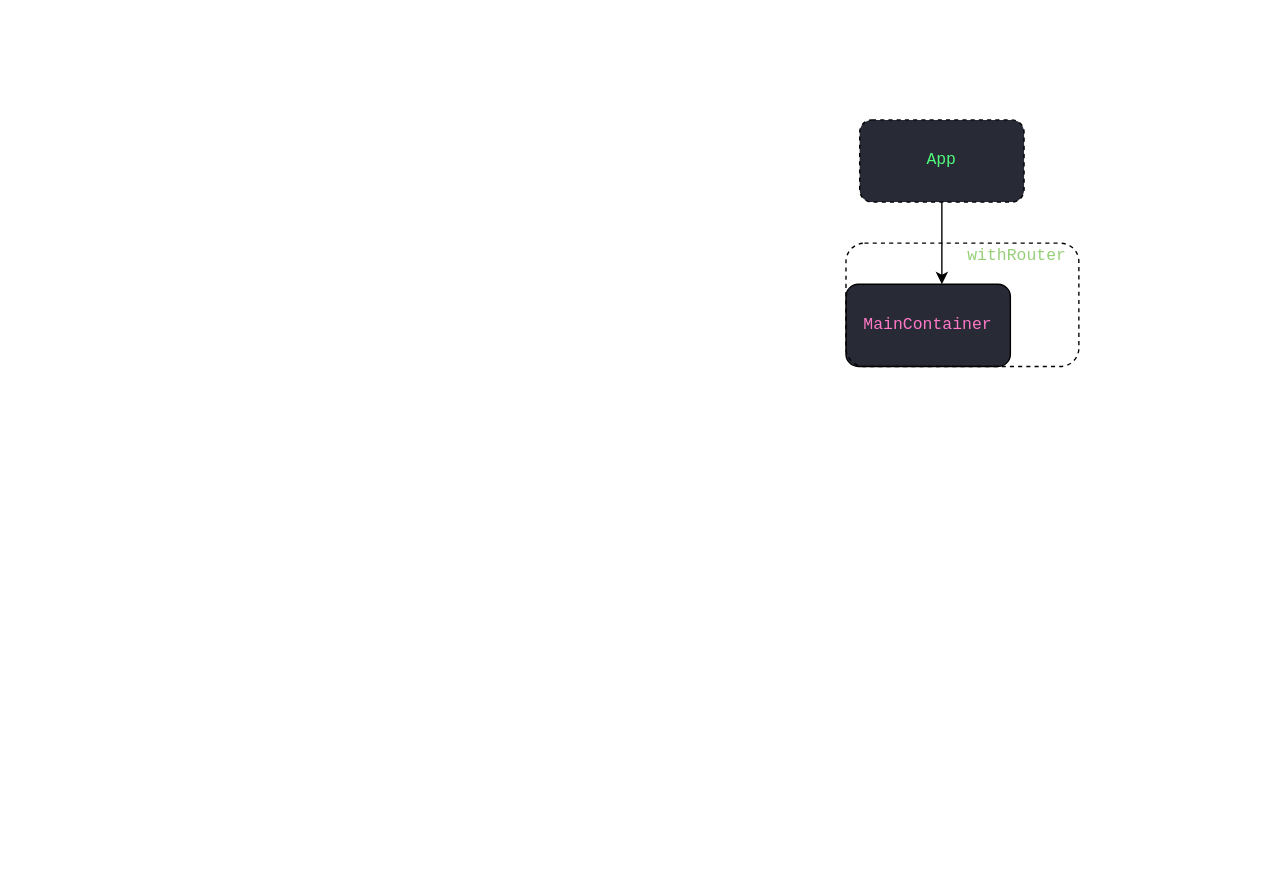
The draw.io diagram diagrams/verity.drawio in TimSeryakov/draw.io-diagrams, before the edit. Source tidied: cells renumbered, new cells numbered last; positions are measured from the earlier drawing's top-left corner, leaving out a move shared by most shapes. Both pictures are drawn from the tidied source at 137%, with x=0, y=0 at pixel (845, 119).
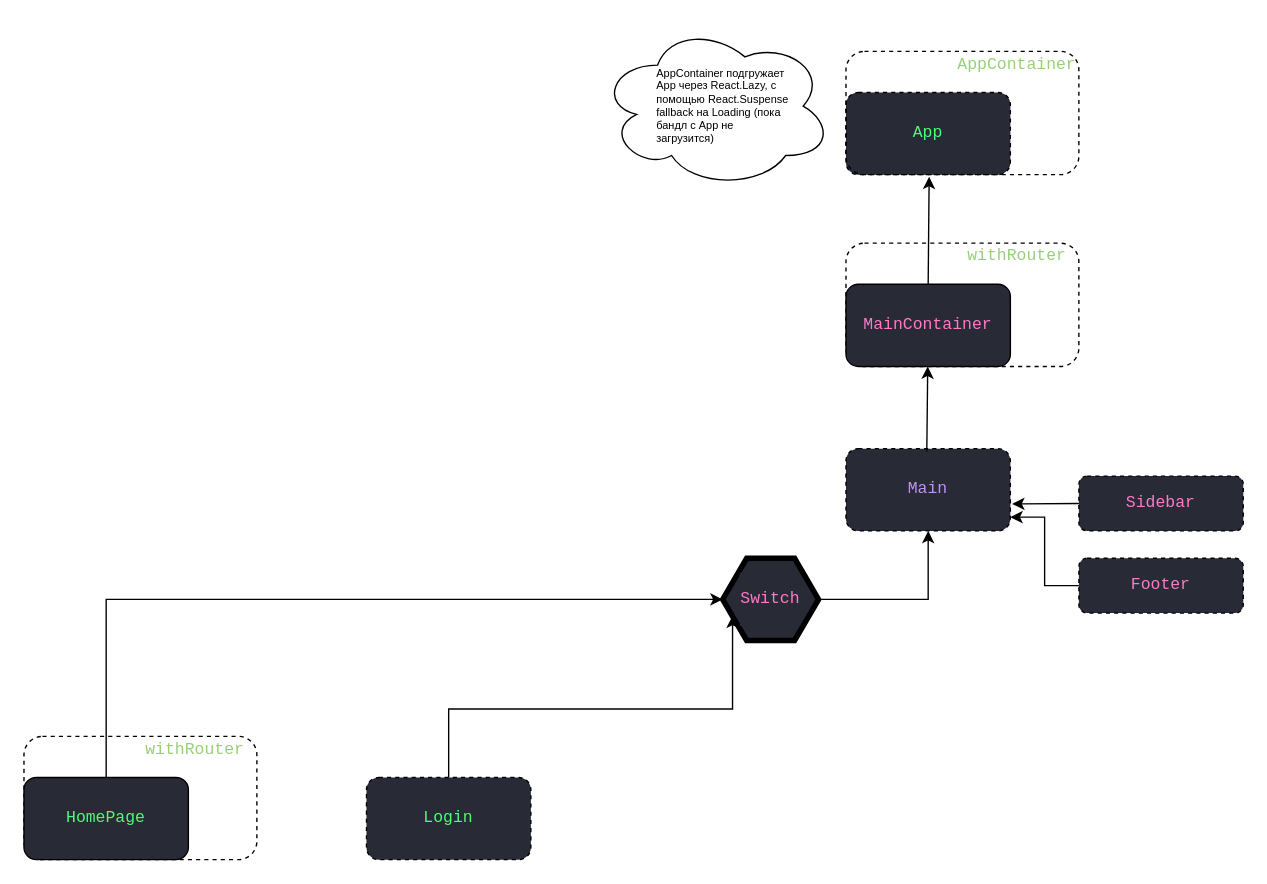
The same page after the edit.

Unchanged cells that the change refers to:
```xml
<mxCell id="2" value="&lt;pre style=&quot;background-color: #282a36 ; color: #f8f8f2 ; font-family: &amp;#34;jetbrains mono&amp;#34; , monospace ; font-size: 12 0pt&quot;&gt;&lt;span style=&quot;color: #ff79c6&quot;&gt;MainContainer&lt;/span&gt;&lt;/pre&gt;" style="rounded=1;whiteSpace=wrap;html=1;fillColor=#282A36;" parent="1" vertex="1">
  <mxGeometry y="120" width="120" height="60" as="geometry" />
</mxCell>
```

What changed in the source:
```diff
@@
+    <mxCell id="3" style="rounded=1;whiteSpace=wrap;html=1;fillColor=none;dashed=1;" parent="1" vertex="1">
+      <mxGeometry y="90" width="170" height="90" as="geometry" />
+    </mxCell>
@@
-    <mxCell id="3" style="rounded=1;whiteSpace=wrap;html=1;fillColor=none;dashed=1;" parent="1" vertex="1">
-      <mxGeometry y="90" width="170" height="90" as="geometry" />
-    </mxCell>
@@
     <mxCell id="5" value="&lt;pre style=&quot;color: rgb(248, 248, 242); font-family: &amp;quot;jetbrains mono&amp;quot;, monospace;&quot;&gt;&lt;span style=&quot;color: #50fa7b&quot;&gt;App&lt;/span&gt;&lt;/pre&gt;" style="rounded=1;whiteSpace=wrap;html=1;dashed=1;labelBackgroundColor=#282A36;fontColor=#97D077;labelBorderColor=none;fillColor=#282A36;" parent="1" vertex="1">
-      <mxGeometry x="10" width="120" height="60" as="geometry" />
+      <mxGeometry y="-20" width="120" height="60" as="geometry" />
     </mxCell>
-    <mxCell id="6" style="endArrow=classic;html=1;fontColor=#97D077;exitX=0.5;exitY=1;exitDx=0;exitDy=0;" parent="1" edge="1" source="5">
-      <mxGeometry relative="1" as="geometry">
-        <mxPoint x="70" y="120" as="targetPoint" />
-      </mxGeometry>
-    </mxCell>
+    <mxCell id="7" value="&lt;pre style=&quot;color: rgb(248 , 248 , 242) ; font-family: &amp;#34;jetbrains mono&amp;#34; , monospace&quot;&gt;&lt;span style=&quot;color: #bd93f9&quot;&gt;Main&lt;/span&gt;&lt;/pre&gt;" style="rounded=1;whiteSpace=wrap;html=1;dashed=1;labelBackgroundColor=#282A36;fillColor=#282A36;fontColor=#97D077;" parent="1" vertex="1">
+      <mxGeometry y="240" width="120" height="60" as="geometry" />
+    </mxCell>
+    <mxCell id="8" style="endArrow=classic;html=1;fontColor=#97D077;entryX=0.506;entryY=1.025;entryDx=0;entryDy=0;entryPerimeter=0;exitX=0.5;exitY=0;exitDx=0;exitDy=0;" parent="1" edge="1" source="2" target="5">
+      <mxGeometry relative="1" as="geometry" />
+    </mxCell>
+    <mxCell id="9" style="endArrow=classic;html=1;fontColor=#97D077;" parent="1" edge="1" target="2">
+      <mxGeometry relative="1" as="geometry">
+        <mxPoint x="59" y="242" as="sourcePoint" />
+      </mxGeometry>
+    </mxCell>
+    <mxCell id="10" value="&lt;pre style=&quot;color: rgb(248 , 248 , 242) ; font-family: &amp;#34;jetbrains mono&amp;#34; , monospace&quot;&gt;&lt;pre style=&quot;font-family: &amp;#34;jetbrains mono&amp;#34; , monospace&quot;&gt;&lt;span style=&quot;color: #ff79c6&quot;&gt;Sidebar&lt;/span&gt;&lt;/pre&gt;&lt;/pre&gt;" style="rounded=1;whiteSpace=wrap;html=1;dashed=1;labelBackgroundColor=#282A36;fillColor=#282A36;fontColor=#97D077;" parent="1" vertex="1">
+      <mxGeometry x="170" y="260" width="120" height="40" as="geometry" />
+    </mxCell>
+    <mxCell id="11" style="endArrow=classic;html=1;fontColor=#97D077;entryX=1.011;entryY=0.672;entryDx=0;entryDy=0;entryPerimeter=0;exitX=0;exitY=0.5;exitDx=0;exitDy=0;" parent="1" edge="1" source="10" target="7">
+      <mxGeometry relative="1" as="geometry" />
+    </mxCell>
+    <mxCell id="12" style="edgeStyle=orthogonalEdgeStyle;rounded=0;jettySize=auto;html=1;exitX=1;exitY=0.5;exitDx=0;exitDy=0;entryX=0.5;entryY=1;entryDx=0;entryDy=0;fontSize=8;fontColor=#000000;" parent="1" edge="1" source="13" target="7">
+      <mxGeometry relative="1" as="geometry" />
+    </mxCell>
+    <mxCell id="13" value="&lt;pre style=&quot;color: rgb(248 , 248 , 242) ; font-family: &amp;#34;jetbrains mono&amp;#34; , monospace&quot;&gt;&lt;span style=&quot;color: #ff79c6&quot;&gt;Switch&lt;/span&gt;&lt;/pre&gt;" style="shape=hexagon;html=1;whiteSpace=wrap;perimeter=hexagonPerimeter;strokeWidth=4;rounded=0;labelBackgroundColor=#282A36;fillColor=#282A36;fontColor=#97D077;" parent="1" vertex="1">
+      <mxGeometry x="-90" y="320" width="70" height="60" as="geometry" />
+    </mxCell>
+    <mxCell id="14" style="rounded=1;whiteSpace=wrap;html=1;fillColor=none;dashed=1;" parent="1" vertex="1">
+      <mxGeometry y="-50" width="170" height="90" as="geometry" />
+    </mxCell>
+    <mxCell id="15" value="&lt;pre style=&quot;font-family: &amp;#34;jetbrains mono&amp;#34; , monospace&quot;&gt;&lt;span&gt;AppContainer&lt;/span&gt;&lt;/pre&gt;" style="text;html=1;align=center;verticalAlign=middle;whiteSpace=wrap;rounded=0;dashed=1;padding:10px;labelBackgroundColor=none;fontColor=#97D077;" parent="1" vertex="1">
+      <mxGeometry x="90" y="-50" width="70" height="20" as="geometry" />
+    </mxCell>
+    <mxCell id="16" style="group;" parent="1" vertex="1">
+      <mxGeometry x="-180" y="-70" width="170" height="120" as="geometry" />
+    </mxCell>
+    <mxCell id="17" style="ellipse;shape=cloud;whiteSpace=wrap;html=1;rounded=0;labelBackgroundColor=none;strokeColor=#000000;fillColor=#ffffff;fontSize=8;fontColor=#000000;" parent="16" vertex="1">
+      <mxGeometry width="170" height="120" as="geometry" />
+    </mxCell>
+    <mxCell id="18" value="AppContainer подгружает App через React.Lazy, с помощью React.Suspense fallback на Loading (пока бандл с App не загрузится)" style="text;html=1;align=left;verticalAlign=middle;whiteSpace=wrap;rounded=0;labelBackgroundColor=none;fontSize=8;" parent="16" vertex="1">
+      <mxGeometry x="40" y="40" width="100" height="40" as="geometry" />
+    </mxCell>
+    <mxCell id="19" style="edgeStyle=orthogonalEdgeStyle;rounded=0;jettySize=auto;html=1;exitX=0;exitY=0.5;exitDx=0;exitDy=0;entryX=1;entryY=0.833;entryDx=0;entryDy=0;entryPerimeter=0;fontSize=8;fontColor=#000000;" parent="1" edge="1" source="20" target="7">
+      <mxGeometry relative="1" as="geometry" />
+    </mxCell>
+    <mxCell id="20" value="&lt;pre style=&quot;color: rgb(248 , 248 , 242) ; font-family: &amp;#34;jetbrains mono&amp;#34; , monospace&quot;&gt;&lt;pre style=&quot;font-family: &amp;#34;jetbrains mono&amp;#34; , monospace&quot;&gt;&lt;span style=&quot;color: #ff79c6&quot;&gt;Footer&lt;/span&gt;&lt;/pre&gt;&lt;/pre&gt;" style="rounded=1;whiteSpace=wrap;html=1;dashed=1;labelBackgroundColor=#282A36;fillColor=#282A36;fontColor=#97D077;" parent="1" vertex="1">
+      <mxGeometry x="170" y="320" width="120" height="40" as="geometry" />
+    </mxCell>
+    <mxCell id="21" style="edgeStyle=orthogonalEdgeStyle;rounded=0;jettySize=auto;html=1;exitX=0.5;exitY=0;exitDx=0;exitDy=0;entryX=0;entryY=0.5;entryDx=0;entryDy=0;fontSize=8;fontColor=#000000;" parent="1" edge="1" source="27" target="13">
+      <mxGeometry relative="1" as="geometry" />
+    </mxCell>
+    <mxCell id="22" style="edgeStyle=orthogonalEdgeStyle;rounded=0;jettySize=auto;html=1;exitX=0.5;exitY=0;exitDx=0;exitDy=0;entryX=0;entryY=0.75;entryDx=0;entryDy=0;fontSize=8;fontColor=#000000;" parent="1" edge="1" source="23" target="13">
+      <mxGeometry relative="1" as="geometry" />
+    </mxCell>
+    <mxCell id="23" value="&lt;pre style=&quot;color: rgb(248 , 248 , 242) ; font-family: &amp;#34;jetbrains mono&amp;#34; , monospace&quot;&gt;&lt;pre style=&quot;font-family: &amp;#34;jetbrains mono&amp;#34; , monospace&quot;&gt;&lt;span style=&quot;color: #50fa7b&quot;&gt;Login&lt;/span&gt;&lt;/pre&gt;&lt;/pre&gt;" style="rounded=1;whiteSpace=wrap;html=1;dashed=1;labelBackgroundColor=#282A36;fillColor=#282A36;fontColor=#97D077;" parent="1" vertex="1">
+      <mxGeometry x="-350" y="480" width="120" height="60" as="geometry" />
+    </mxCell>
+    <mxCell id="24" style="group;" parent="1" vertex="1">
+      <mxGeometry x="-600" y="450" width="170" height="90" as="geometry" />
+    </mxCell>
+    <mxCell id="25" style="group;" parent="24" vertex="1">
+      <mxGeometry width="170" height="90" as="geometry" />
+    </mxCell>
+    <mxCell id="26" style="rounded=1;whiteSpace=wrap;html=1;fillColor=none;dashed=1;" parent="25" vertex="1">
+      <mxGeometry width="170" height="90" as="geometry" />
+    </mxCell>
+    <mxCell id="27" value="&lt;pre style=&quot;background-color: #282a36 ; color: #f8f8f2 ; font-family: &amp;#34;jetbrains mono&amp;#34; , monospace ; font-size: 12 0pt&quot;&gt;&lt;pre style=&quot;font-family: &amp;#34;jetbrains mono&amp;#34; , monospace&quot;&gt;&lt;span style=&quot;color: #50fa7b&quot;&gt;HomePage&lt;/span&gt;&lt;/pre&gt;&lt;/pre&gt;" style="rounded=1;whiteSpace=wrap;html=1;fillColor=#282A36;" parent="25" vertex="1">
+      <mxGeometry y="30" width="120" height="60" as="geometry" />
+    </mxCell>
+    <mxCell id="28" value="&lt;pre style=&quot;font-family: &amp;quot;jetbrains mono&amp;quot;, monospace;&quot;&gt;&lt;span style=&quot;&quot;&gt;withRouter&lt;/span&gt;&lt;/pre&gt;" style="text;html=1;align=center;verticalAlign=middle;whiteSpace=wrap;rounded=0;dashed=1;padding:10px;labelBackgroundColor=none;fontColor=#97D077;" parent="24" vertex="1">
+      <mxGeometry x="90" width="70" height="20" as="geometry" />
+    </mxCell>
```
